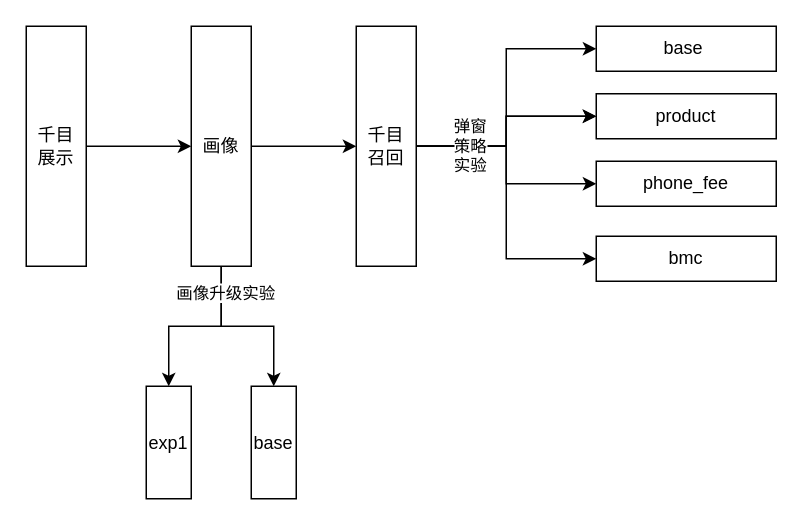
The draw.io diagram 未命名绘图.drawio in BlankKelly/diagrams, before the edit. Source tidied: cells renumbered, new cells numbered last; positions are measured from the earlier drawing's top-left corner, leaving out a move shared by most shapes. Both pictures are drawn from the tidied source at 150%, with x=0, y=0 at pixel (26, 26).
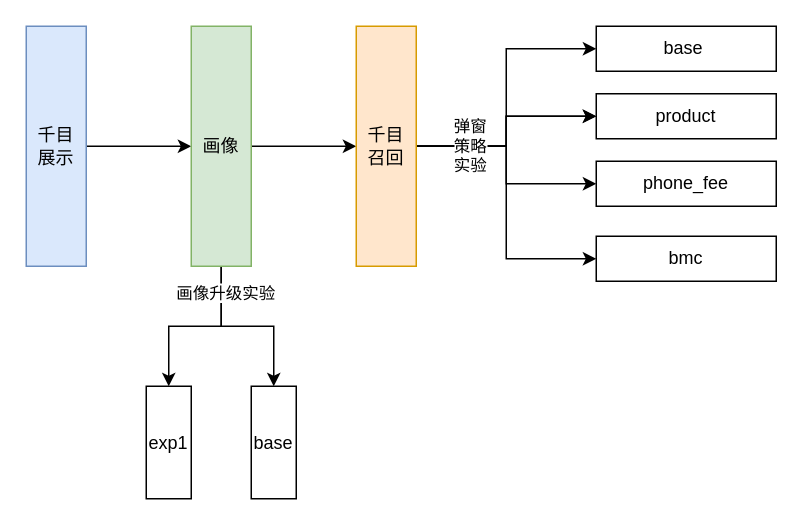
Above is the later version.

Commit message:
更新未命名绘图.drawio

What changed in the source:
```diff
@@
-    <mxCell id="3" value="千目&lt;br&gt;展示" style="rounded=0;whiteSpace=wrap;html=1;" parent="1" vertex="1">
+    <mxCell id="3" value="千目&lt;br&gt;展示" style="rounded=0;whiteSpace=wrap;html=1;fillColor=#dae8fc;strokeColor=#6c8ebf;" parent="1" vertex="1">
       <mxGeometry width="40" height="160" as="geometry" />
     </mxCell>
@@
-    <mxCell id="8" value="画像" style="rounded=0;whiteSpace=wrap;html=1;" parent="1" vertex="1">
+    <mxCell id="8" value="画像" style="rounded=0;whiteSpace=wrap;html=1;fillColor=#d5e8d4;strokeColor=#82b366;" parent="1" vertex="1">
       <mxGeometry x="110" width="40" height="160" as="geometry" />
     </mxCell>
@@
-    <mxCell id="15" value="千目&lt;br&gt;召回" style="rounded=0;whiteSpace=wrap;html=1;" parent="1" vertex="1">
+    <mxCell id="15" value="千目&lt;br&gt;召回" style="rounded=0;whiteSpace=wrap;html=1;fillColor=#ffe6cc;strokeColor=#d79b00;" parent="1" vertex="1">
       <mxGeometry x="220" width="40" height="160" as="geometry" />
     </mxCell>
```
